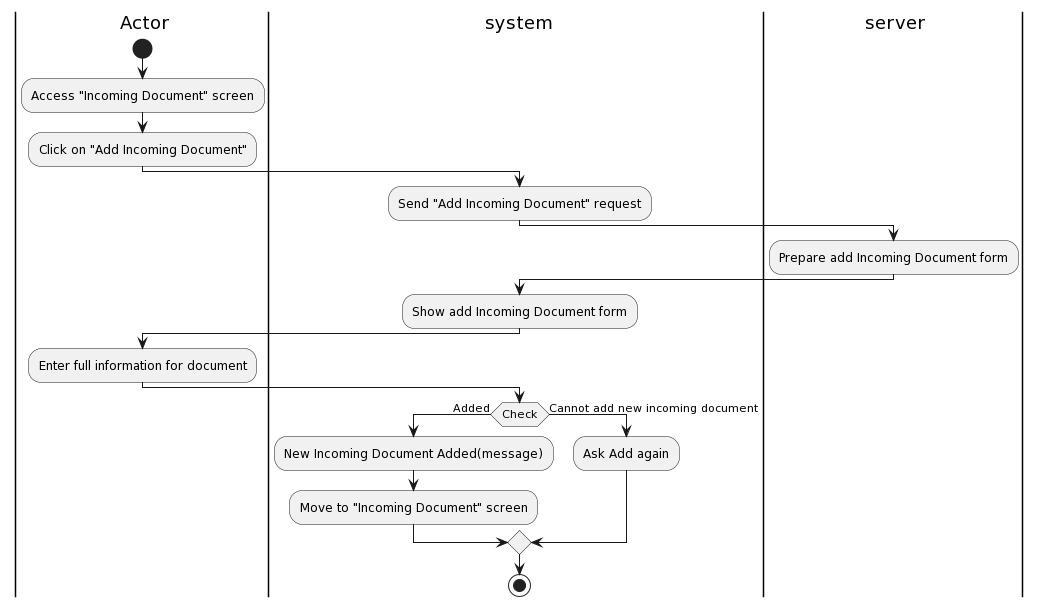
The PlantUML diagram Lab1/Lab1.2/Activity Diagram/IncomingDocument/AddIncomingDocument/AddIncomingDocument.png in khoapham1003/SE357-Pratice-class, before a commit.
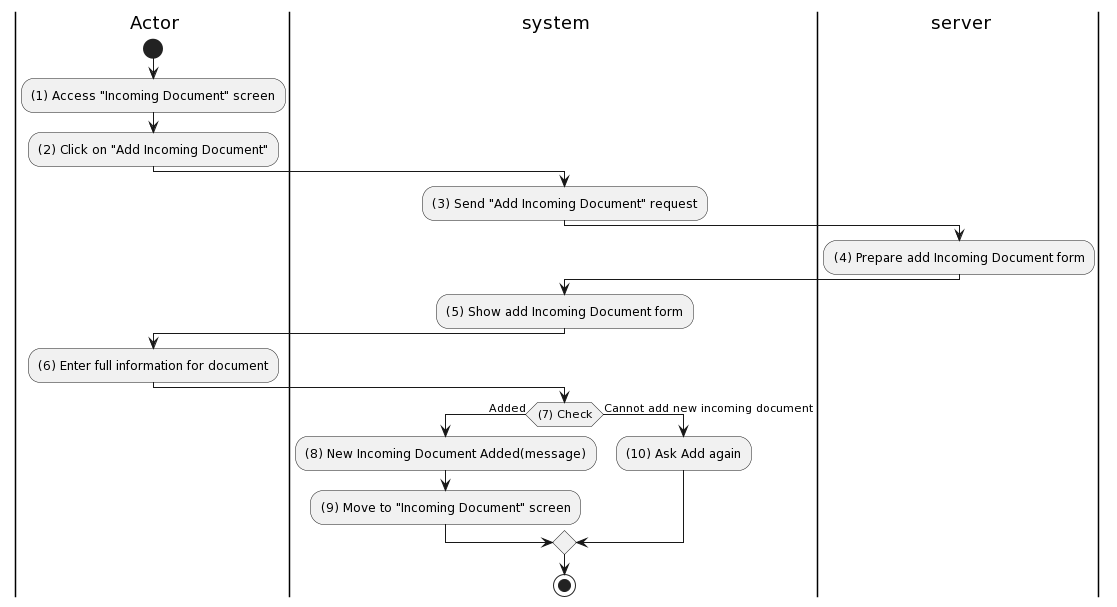
After the commit.

Change to the diagram source:
```diff
@@ -4,22 +4,22 @@
 |ser| server
 |a|
 start
-:Access "Incoming Document" screen;
-:Click on "Add Incoming Document";
+:(1) Access "Incoming Document" screen;
+:(2) Click on "Add Incoming Document";
 |sys|
-:Send "Add Incoming Document" request;
+:(3) Send "Add Incoming Document" request;
 |ser|
-:Prepare add Incoming Document form;
+:(4) Prepare add Incoming Document form;
 |sys|
-:Show add Incoming Document form;
+:(5) Show add Incoming Document form;
 |a|
-:Enter full information for document;
+:(6) Enter full information for document;
 |sys|
-if(Check) then (Added)
-:New Incoming Document Added(message);
-:Move to "Incoming Document" screen;
+if((7) Check) then (Added)
+:(8) New Incoming Document Added(message);
+:(9) Move to "Incoming Document" screen;
 else (Cannot add new incoming document)
-:Ask Add again;
+:(10) Ask Add again;
 endif
 
 stop
```
